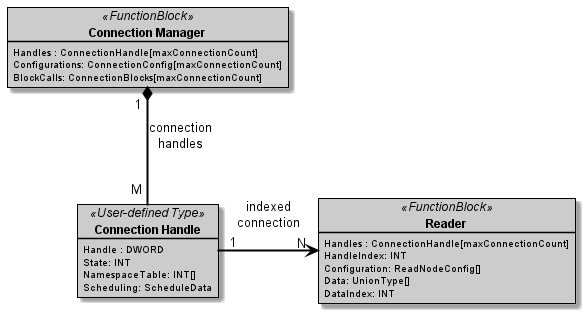
Above: Part_3_1_ConfigurableCommunication/pattern_config_communication.png in stan1025/AutomationServiceChoreography (PlantUML), before the change. The source it was exported from:
```plantuml
@startuml pattern_config_communication

skinparam BackgroundColor white


skinparam object {
    BorderThickness 1
    FontStyle bold
    BackgroundColor white
    BorderColor black
    FontColor black

    BackgroundColor<<FunctionBlock>> CCCCCC
    BackgroundColor<<User-defined Type>> CCCCCC
    BackgroundColor<<Abstract>> FFFFFF

}

skinparam Arrow {
    FontColor black
    Color black
    Thickness 2
}


object "Connection Manager"  as com_manager <<FunctionBlock>>{
    Handles : ConnectionHandle[maxConnectionCount]
    Configurations: ConnectionConfig[maxConnectionCount]
    BlockCalls: ConnectionBlocks[maxConnectionCount]
}
object "Connection Handle" as com_handle <<User-defined Type>>{
    Handle : DWORD
    State: INT
    NamespaceTable: INT[]
    Scheduling: ScheduleData
}

object "Reader" as read <<FunctionBlock>>{
    Handles : ConnectionHandle[maxConnectionCount]
    HandleIndex: INT
    Configuration: ReadNodeConfig[]
    Data: UnionType[]
    DataIndex: INT
}

com_manager " 1 " *-down- " M " com_handle : "connection\nhandles\n"
com_handle " 1 " -right-> " N " read : "indexed\nconnection\n"

@enduml
```
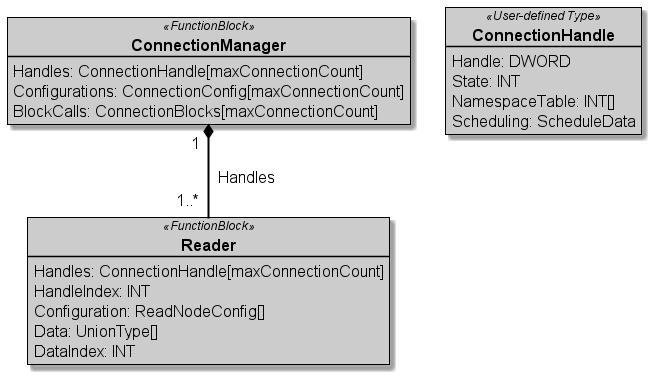
The same file after the commit.

Commit message:
Update of the Pattern graphics and the configurable communication

Diff of the diagram source:
```diff
@@ -9,41 +9,46 @@
     BackgroundColor white
     BorderColor black
     FontColor black
-
+    FontSize 16
+    AttributeFontSize 16
     BackgroundColor<<FunctionBlock>> CCCCCC
     BackgroundColor<<User-defined Type>> CCCCCC
     BackgroundColor<<Abstract>> FFFFFF
+}
 
-}
+
 
 skinparam Arrow {
     FontColor black
     Color black
     Thickness 2
+    FontSize 16
 }
 
 
-object "Connection Manager"  as com_manager <<FunctionBlock>>{
-    Handles : ConnectionHandle[maxConnectionCount]
+object "ConnectionManager"  as com_manager <<FunctionBlock>>{
+    Handles: ConnectionHandle[maxConnectionCount]
     Configurations: ConnectionConfig[maxConnectionCount]
     BlockCalls: ConnectionBlocks[maxConnectionCount]
 }
-object "Connection Handle" as com_handle <<User-defined Type>>{
-    Handle : DWORD
+
+object "ConnectionHandle" as com_handle <<User-defined Type>>{
+    Handle: DWORD
     State: INT
     NamespaceTable: INT[]
     Scheduling: ScheduleData
 }
 
 object "Reader" as read <<FunctionBlock>>{
-    Handles : ConnectionHandle[maxConnectionCount]
+    Handles: ConnectionHandle[maxConnectionCount]
     HandleIndex: INT
     Configuration: ReadNodeConfig[]
     Data: UnionType[]
     DataIndex: INT
 }
 
-com_manager " 1 " *-down- " M " com_handle : "connection\nhandles\n"
-com_handle " 1 " -right-> " N " read : "indexed\nconnection\n"
+com_manager "1  " *-down-  "1..*  " read : "  Handles"
+
+
 
 @enduml
```
